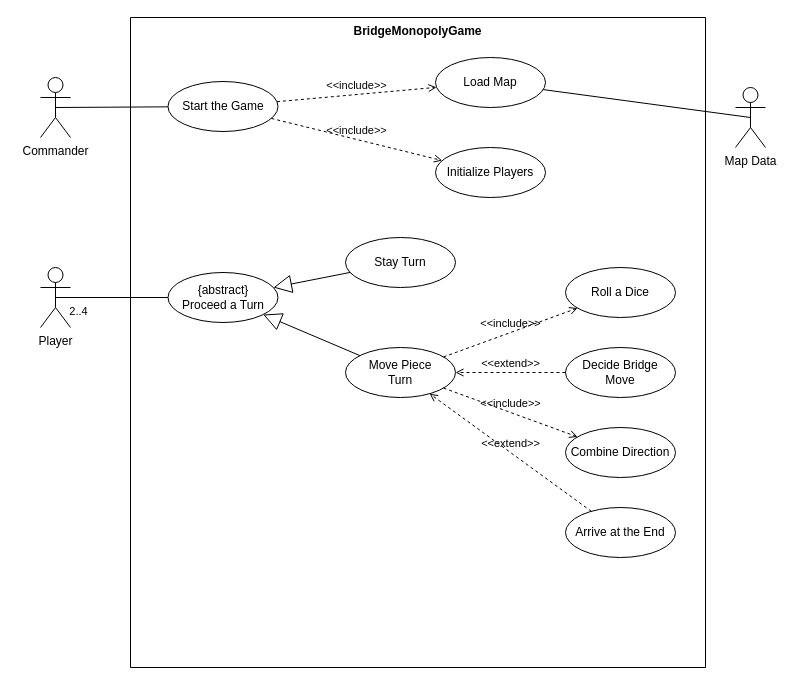
The draw.io diagram requirements/use_case_model/UseCaseDiagram.drawio in gimangi/Bridge-Monopoly, before the edit. Source tidied: cells renumbered, new cells numbered last; positions are measured from the earlier drawing's top-left corner, leaving out a move shared by most shapes. Both pictures are drawn from the tidied source at 100%, with x=0, y=0 at pixel (40, 17).
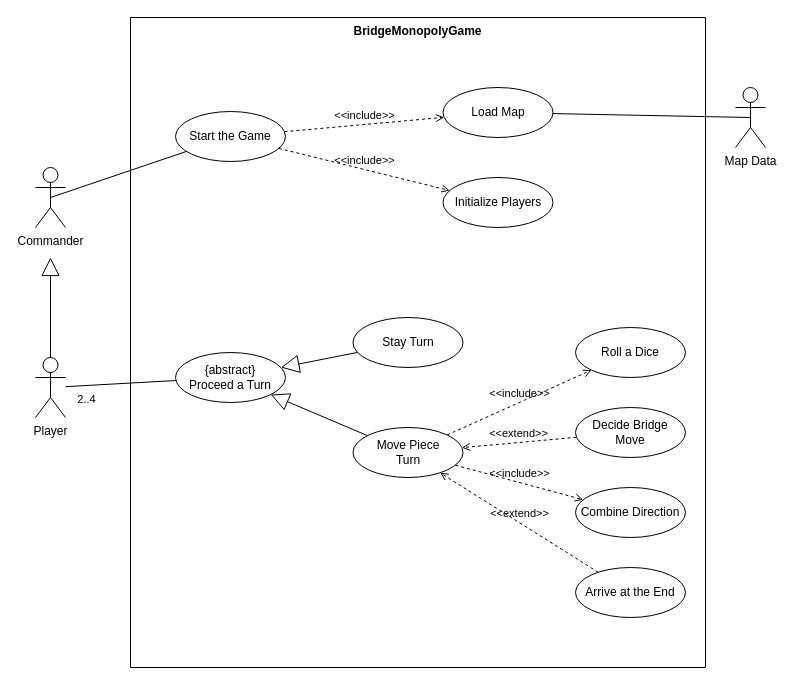
Above is the later version.

Unchanged cells that the change refers to:
```xml
<mxCell id="2" value="BridgeMonopolyGame" style="swimlane;startSize=0;verticalAlign=top;" parent="1" vertex="1">
  <mxGeometry x="90" width="575" height="650" as="geometry" />
</mxCell>
```

What changed in the source:
```diff
@@
     <mxCell id="3" value="Start the Game" style="ellipse;whiteSpace=wrap;html=1;" parent="2" vertex="1">
-      <mxGeometry x="37.5" y="64" width="110" height="50" as="geometry" />
+      <mxGeometry x="45" y="94" width="110" height="50" as="geometry" />
     </mxCell>
     <mxCell id="4" value="Move Piece&lt;br&gt;Turn" style="ellipse;whiteSpace=wrap;html=1;" parent="2" vertex="1">
-      <mxGeometry x="215" y="330" width="110" height="50" as="geometry" />
+      <mxGeometry x="222.5" y="410" width="110" height="50" as="geometry" />
     </mxCell>
     <mxCell id="5" value="Stay Turn" style="ellipse;whiteSpace=wrap;html=1;" parent="2" vertex="1">
-      <mxGeometry x="215" y="220" width="110" height="50" as="geometry" />
+      <mxGeometry x="222.5" y="300" width="110" height="50" as="geometry" />
     </mxCell>
     <mxCell id="6" value="{abstract}&lt;br&gt;Proceed a Turn" style="ellipse;whiteSpace=wrap;html=1;" parent="2" vertex="1">
-      <mxGeometry x="37.5" y="255" width="110" height="50" as="geometry" />
+      <mxGeometry x="45" y="335" width="110" height="50" as="geometry" />
     </mxCell>
     <mxCell id="7" value="Load Map" style="ellipse;whiteSpace=wrap;html=1;" parent="2" vertex="1">
-      <mxGeometry x="305" y="40" width="110" height="50" as="geometry" />
+      <mxGeometry x="312.5" y="70" width="110" height="50" as="geometry" />
     </mxCell>
@@
     <mxCell id="9" value="Initialize Players" style="ellipse;whiteSpace=wrap;html=1;" parent="2" vertex="1">
-      <mxGeometry x="305" y="130" width="110" height="50" as="geometry" />
+      <mxGeometry x="312.5" y="160" width="110" height="50" as="geometry" />
     </mxCell>
@@
     <mxCell id="12" value="Roll a Dice" style="ellipse;whiteSpace=wrap;html=1;" parent="2" vertex="1">
-      <mxGeometry x="435" y="250" width="110" height="50" as="geometry" />
+      <mxGeometry x="445" y="310" width="110" height="50" as="geometry" />
     </mxCell>
@@
     <mxCell id="15" value="Combine Direction" style="ellipse;whiteSpace=wrap;html=1;" parent="2" vertex="1">
-      <mxGeometry x="435" y="410" width="110" height="50" as="geometry" />
+      <mxGeometry x="445" y="470" width="110" height="50" as="geometry" />
     </mxCell>
     <mxCell id="16" value="Arrive at the End" style="ellipse;whiteSpace=wrap;html=1;" parent="2" vertex="1">
-      <mxGeometry x="435" y="490" width="110" height="50" as="geometry" />
+      <mxGeometry x="445" y="550" width="110" height="50" as="geometry" />
     </mxCell>
@@
     <mxCell id="19" value="Decide Bridge Move" style="ellipse;whiteSpace=wrap;html=1;" parent="2" vertex="1">
-      <mxGeometry x="435" y="330" width="110" height="50" as="geometry" />
+      <mxGeometry x="445" y="390" width="110" height="50" as="geometry" />
     </mxCell>
@@
     <mxCell id="21" value="Commander" style="shape=umlActor;verticalLabelPosition=bottom;verticalAlign=top;html=1;outlineConnect=0;" parent="1" vertex="1">
-      <mxGeometry y="60" width="30" height="60" as="geometry" />
+      <mxGeometry x="-5" y="150" width="30" height="60" as="geometry" />
     </mxCell>
@@
     <mxCell id="25" value="Player" style="shape=umlActor;verticalLabelPosition=bottom;verticalAlign=top;html=1;outlineConnect=0;" parent="1" vertex="1">
-      <mxGeometry y="250" width="30" height="60" as="geometry" />
+      <mxGeometry x="-5" y="340" width="30" height="60" as="geometry" />
     </mxCell>
-    <mxCell id="26" style="endArrow=none;startArrow=none;endFill=0;startFill=0;html=1;verticalAlign=bottom;labelBackgroundColor=none;strokeWidth=1;startSize=8;rounded=0;exitX=0.5;exitY=0.5;exitDx=0;exitDy=0;exitPerimeter=0;" parent="1" edge="1" source="25" target="6">
+    <mxCell id="26" style="endArrow=none;startArrow=none;endFill=0;startFill=0;html=1;verticalAlign=bottom;labelBackgroundColor=none;strokeWidth=1;startSize=8;rounded=0;" parent="1" edge="1" source="25" target="6">
       <mxGeometry relative="1" as="geometry" />
     </mxCell>
@@
+    <mxCell id="28" style="endArrow=block;endSize=16;endFill=0;html=1;rounded=0;" parent="1" edge="1" source="25">
+      <mxGeometry relative="1" as="geometry">
+        <mxPoint x="10" y="240" as="targetPoint" />
+      </mxGeometry>
+    </mxCell>
```
